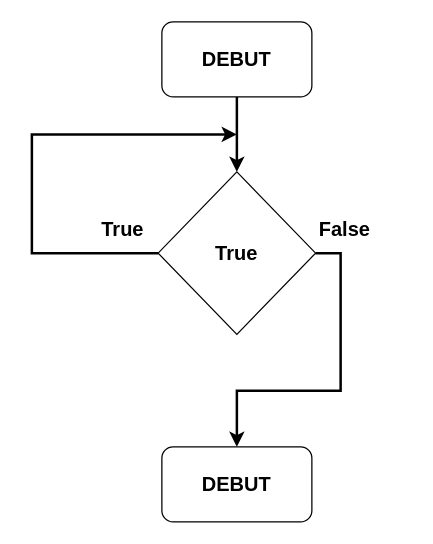
vkeller/modulo-gybe keeps this draw.io diagram as 2M/strategies/graphs/WhileTrue.drawio. Above is the earlier version. Source tidied: cells renumbered, new cells numbered last; positions are measured from the earlier drawing's top-left corner, leaving out a move shared by most shapes. Both pictures are drawn from the tidied source at 125%, with x=0, y=0 at pixel (31, 21).
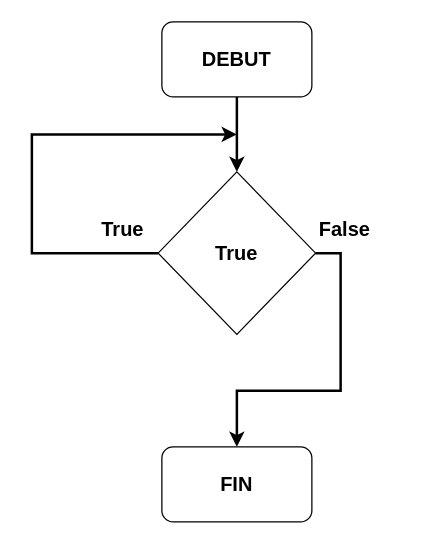
The same page after the edit.

Change to the diagram source:
```diff
@@
 <mxGraphModel>
   <root>
     <mxCell id="0" />
     <mxCell id="1" parent="0" />
     <mxCell id="2" style="edgeStyle=orthogonalEdgeStyle;rounded=0;jettySize=auto;html=1;exitX=0.5;exitY=1;exitDx=0;exitDy=0;entryX=0.5;entryY=0;entryDx=0;entryDy=0;fontSize=16;strokeWidth=2;" parent="1" edge="1" source="3" target="5">
       <mxGeometry relative="1" as="geometry" />
     </mxCell>
     <mxCell id="3" value="&lt;font style=&quot;font-size: 16px;&quot;&gt;&lt;b&gt;DEBUT&lt;/b&gt;&lt;/font&gt;" style="rounded=1;whiteSpace=wrap;html=1;" parent="1" vertex="1">
       <mxGeometry x="104" width="120" height="60" as="geometry" />
     </mxCell>
     <mxCell id="4" style="edgeStyle=orthogonalEdgeStyle;rounded=0;jettySize=auto;html=1;exitX=1;exitY=0.5;exitDx=0;exitDy=0;entryX=0.5;entryY=0;entryDx=0;entryDy=0;strokeWidth=2;fontSize=16;" parent="1" edge="1" source="5" target="6">
       <mxGeometry relative="1" as="geometry" />
     </mxCell>
     <mxCell id="5" value="&lt;b&gt;True&lt;/b&gt;" style="rhombus;whiteSpace=wrap;html=1;fontSize=16;" parent="1" vertex="1">
       <mxGeometry x="101" y="120" width="126" height="130" as="geometry" />
     </mxCell>
-    <mxCell id="6" value="&lt;font style=&quot;font-size: 16px;&quot;&gt;&lt;b&gt;DEBUT&lt;/b&gt;&lt;/font&gt;" style="rounded=1;whiteSpace=wrap;html=1;" parent="1" vertex="1">
+    <mxCell id="6" value="&lt;font style=&quot;font-size: 16px;&quot;&gt;&lt;b&gt;FIN&lt;/b&gt;&lt;/font&gt;" style="rounded=1;whiteSpace=wrap;html=1;" parent="1" vertex="1">
       <mxGeometry x="104" y="340" width="120" height="60" as="geometry" />
     </mxCell>
     <mxCell id="7" style="endArrow=classic;html=1;rounded=0;strokeWidth=2;fontSize=16;exitX=0;exitY=0.5;exitDx=0;exitDy=0;" parent="1" edge="1" source="5">
       <mxGeometry relative="1" as="geometry">
         <mxPoint x="164" y="90" as="targetPoint" />
         <Array as="points">
           <mxPoint y="185" />
           <mxPoint y="90" />
         </Array>
       </mxGeometry>
     </mxCell>
     <mxCell id="8" value="False" style="text;strokeColor=none;fillColor=none;align=left;verticalAlign=middle;spacingLeft=4;spacingRight=4;overflow=hidden;fontSize=16;fontStyle=1;" parent="1" vertex="1">
       <mxGeometry x="224" y="150" width="80" height="30" as="geometry" />
     </mxCell>
     <mxCell id="9" value="True" style="text;strokeColor=none;fillColor=none;align=left;verticalAlign=middle;spacingLeft=4;spacingRight=4;overflow=hidden;fontSize=16;fontStyle=1;" parent="1" vertex="1">
       <mxGeometry x="50" y="150" width="70" height="30" as="geometry" />
     </mxCell>
   </root>
 </mxGraphModel>
```
